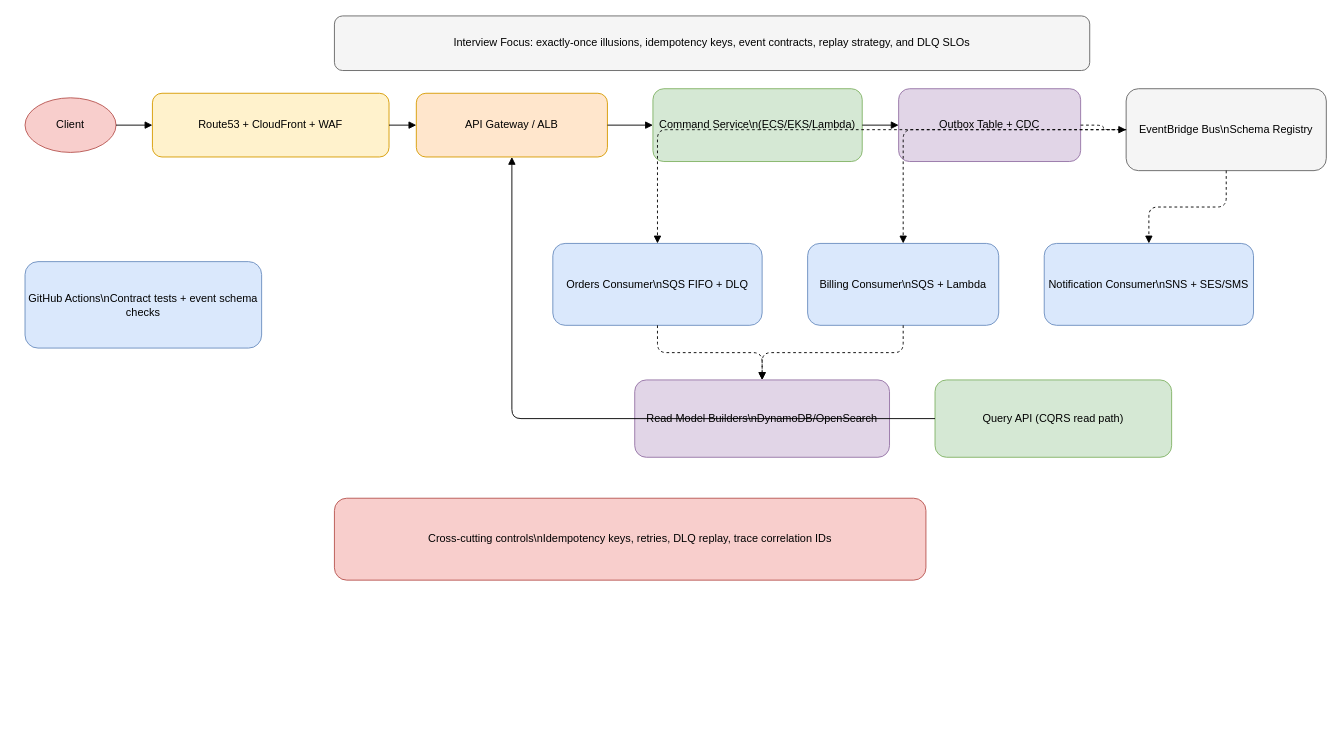
Above: diagrams/drawio/aws-event-driven-microservices.drawio in dhananjay8/leetcode (draw.io), before the change. Source tidied: cells renumbered, new cells numbered last; positions are measured from the earlier drawing's top-left corner, leaving out a move shared by most shapes. Both pictures are drawn from the tidied source at 91%, with x=0, y=0 at pixel (25, 15).
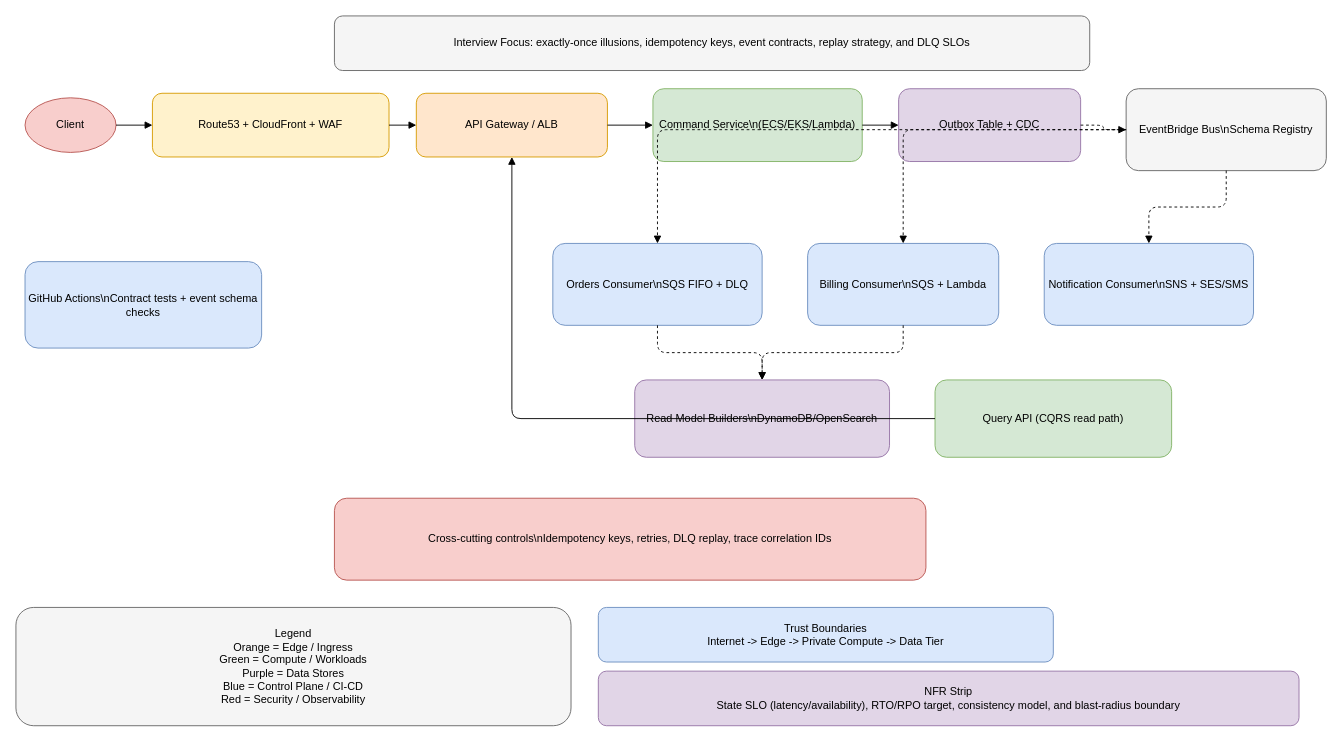
After the change.

What changed in the source:
```diff
@@
+    <mxCell id="27" value="Legend&#10;Orange = Edge / Ingress&#10;Green = Compute / Workloads&#10;Purple = Data Stores&#10;Blue = Control Plane / CI-CD&#10;Red = Security / Observability" style="rounded=1;whiteSpace=wrap;html=1;strokeColor=#666666;fillColor=#f5f5f5;" parent="1" vertex="1">
+      <mxGeometry x="-10" y="650" width="610" height="130" as="geometry" />
+    </mxCell>
+    <mxCell id="28" value="Trust Boundaries&#10;Internet -&gt; Edge -&gt; Private Compute -&gt; Data Tier" style="rounded=1;whiteSpace=wrap;html=1;strokeColor=#6c8ebf;fillColor=#dae8fc;" parent="1" vertex="1">
+      <mxGeometry x="630" y="650" width="500" height="60" as="geometry" />
+    </mxCell>
+    <mxCell id="29" value="NFR Strip&#10;State SLO (latency/availability), RTO/RPO target, consistency model, and blast-radius boundary" style="rounded=1;whiteSpace=wrap;html=1;strokeColor=#9673a6;fillColor=#e1d5e7;" parent="1" vertex="1">
+      <mxGeometry x="630" y="720" width="770" height="60" as="geometry" />
+    </mxCell>
```
